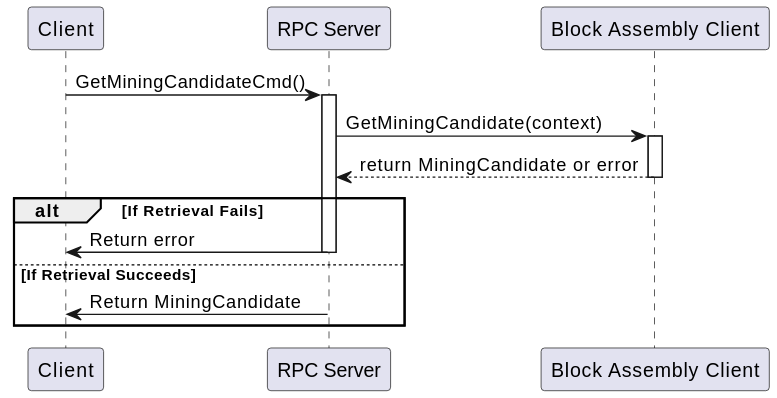
Earlier version of the PlantUML export docs/services/img/plantuml/rpc/rpc-get-mining-solution.svg (freemans13/teranode). The source it was exported from:
```plantuml
@startuml
participant Client
participant "RPC Server" as RPC
participant "Block Assembly Client" as BlockAssembly

Client -> RPC : GetMiningCandidateCmd()
activate RPC

RPC -> BlockAssembly : GetMiningCandidate(context)
activate BlockAssembly
BlockAssembly --> RPC : return MiningCandidate or error
deactivate BlockAssembly

alt If Retrieval Fails
    RPC -> Client : Return error
    deactivate RPC
else If Retrieval Succeeds
    RPC -> Client : Return MiningCandidate
    deactivate RPC
end
@enduml
```
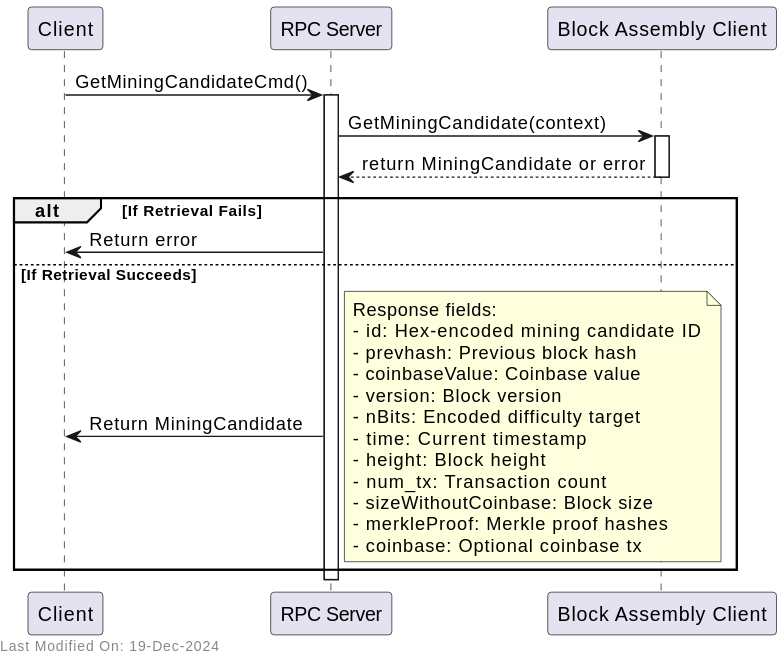
After the change.

Change to the diagram source:
```diff
@@ -13,9 +13,25 @@
 
 alt If Retrieval Fails
     RPC -> Client : Return error
-    deactivate RPC
 else If Retrieval Succeeds
     RPC -> Client : Return MiningCandidate
-    deactivate RPC
+    note right
+    Response fields:
+    - id: Hex-encoded mining candidate ID
+    - prevhash: Previous block hash
+    - coinbaseValue: Coinbase value
+    - version: Block version
+    - nBits: Encoded difficulty target
+    - time: Current timestamp
+    - height: Block height
+    - num_tx: Transaction count
+    - sizeWithoutCoinbase: Block size
+    - merkleProof: Merkle proof hashes
+    - coinbase: Optional coinbase tx
+    end note
 end
+
+deactivate RPC
+
+left footer Last Modified On: %date("dd-MMM-yyyy")
 @enduml
```
